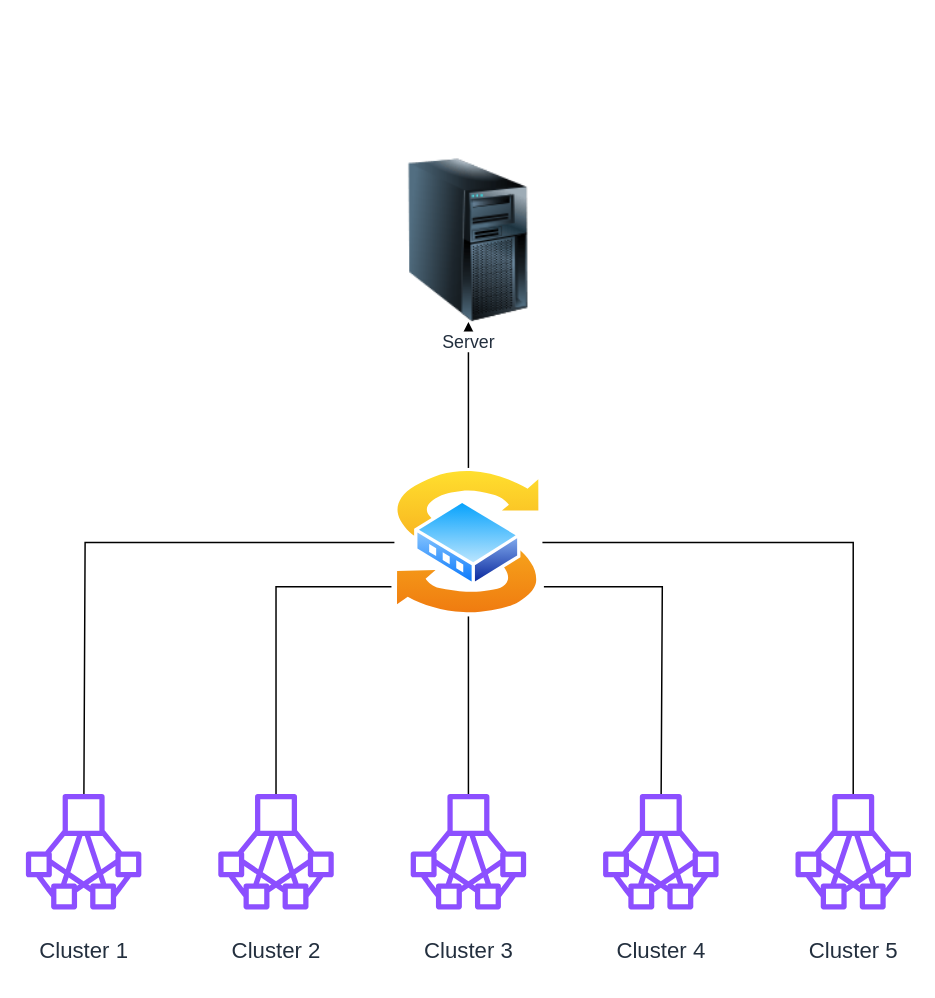
Before: Untitled Diagram.drawio in MrRenesto/drawio, a draw.io diagram. Source tidied: cells renumbered, new cells numbered last; positions are measured from the earlier drawing's top-left corner, leaving out a move shared by most shapes. Both pictures are drawn from the tidied source at 148%, with x=0, y=0 at pixel (25, 158). Pictures stored in the file or linked from it are replaced by grey dashed boxes.
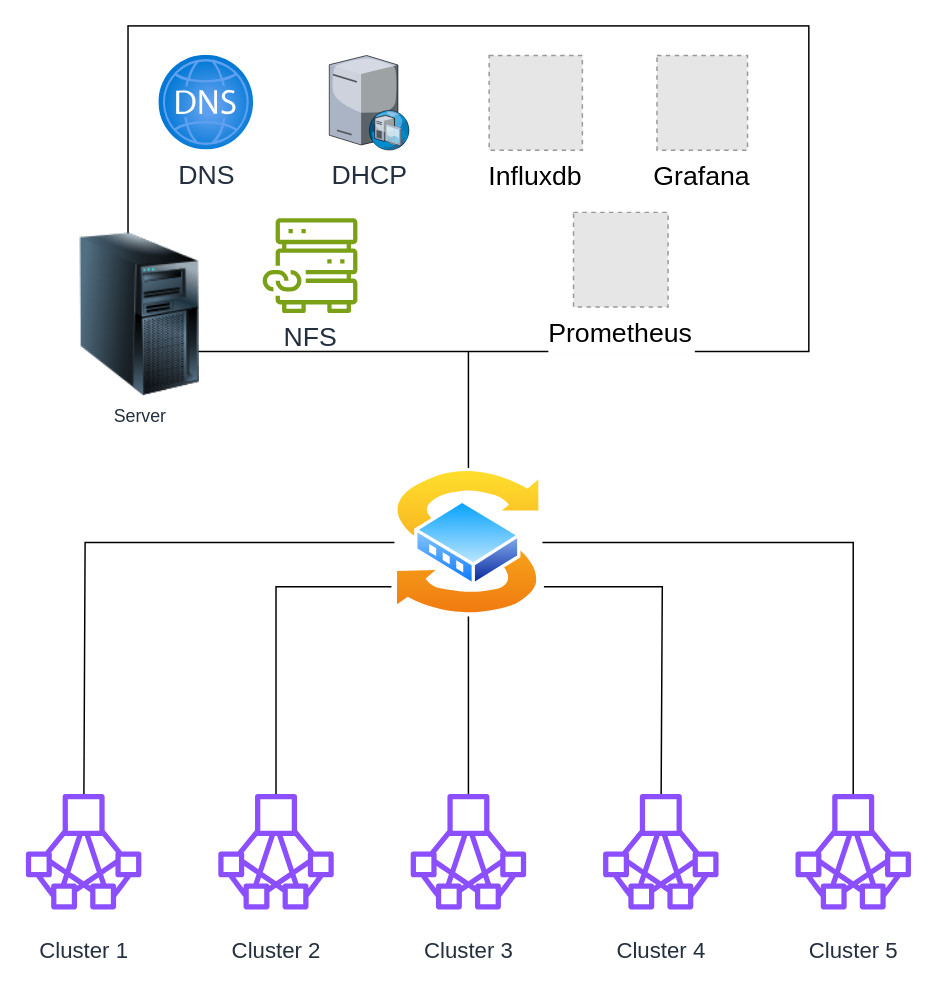
The same page after the edit.

The change refers to these unchanged cells:
```xml
<mxCell id="17" style="image;perimeter=ellipsePerimeter;html=1;align=center;shadow=0;dashed=0;spacingTop=3;image=img/lib/active_directory/switch.svg;sketch=0;verticalAlign=top;fontFamily=Helvetica;fontSize=12;fontColor=#232F3E;fontStyle=0;fillColor=#8C4FFF;gradientColor=none;" parent="1" vertex="1">
  <mxGeometry x="249" y="209" width="100" height="100" as="geometry" />
</mxCell>
```

What changed in the source:
```diff
@@
-    <mxCell id="16" style="edgeStyle=orthogonalEdgeStyle;rounded=0;jettySize=auto;html=1;fontFamily=Helvetica;fontSize=12;fontColor=#232F3E;fontStyle=0;" parent="1" edge="1" source="17" target="19">
-      <mxGeometry relative="1" as="geometry" />
-    </mxCell>
+    <mxCell id="20" style="edgeStyle=orthogonalEdgeStyle;rounded=0;jettySize=auto;html=1;entryX=0.5;entryY=1;entryDx=0;entryDy=0;fontFamily=Helvetica;fontSize=12;fontColor=#232F3E;fontStyle=0;endArrow=none;endFill=0;" parent="1" edge="1" source="17" target="21">
+      <mxGeometry relative="1" as="geometry" />
+    </mxCell>
@@
+    <mxCell id="21" style="rounded=0;whiteSpace=wrap;html=1;dashed=0;sketch=0;align=center;verticalAlign=top;fontFamily=Helvetica;fontSize=12;fontColor=#232F3E;fontStyle=0;fillColor=none;gradientColor=none;" parent="1" vertex="1">
+      <mxGeometry x="69" y="-90" width="460" height="220" as="geometry" />
+    </mxCell>
     <mxCell id="19" value="Server" style="image;html=1;image=img/lib/clip_art/computers/Server_Tower_128x128.png;dashed=0;sketch=0;align=center;verticalAlign=top;fontFamily=Helvetica;fontSize=12;fontColor=#232F3E;fontStyle=0;fillColor=#8C4FFF;gradientColor=none;" parent="1" vertex="1">
-      <mxGeometry x="246" width="106" height="110" as="geometry" />
+      <mxGeometry x="24" y="50" width="106" height="110" as="geometry" />
     </mxCell>
+    <mxCell id="22" value="DNS" style="image;html=1;align=center;fontSize=18;image=img/lib/azure2/networking/DNS_Zones.svg;dashed=0;sketch=0;verticalAlign=top;fontFamily=Helvetica;fontColor=#232F3E;fontStyle=0;fillColor=#8C4FFF;gradientColor=none;" parent="1" vertex="1">
+      <mxGeometry x="90" y="-70" width="64" height="64" as="geometry" />
+    </mxCell>
+    <mxCell id="23" value="&lt;font style=&quot;font-size: 18px;&quot;&gt;DHCP&lt;/font&gt;" style="verticalLabelPosition=bottom;sketch=0;html=1;verticalAlign=top;strokeColor=none;align=center;shape=mxgraph.citrix.dhcp_server;dashed=0;fontFamily=Helvetica;fontSize=18;fontColor=#232F3E;fontStyle=0;fillColor=#8C4FFF;gradientColor=none;" parent="1" vertex="1">
+      <mxGeometry x="205" y="-70" width="54" height="64" as="geometry" />
+    </mxCell>
+    <mxCell id="24" value="Prometheus&#10;" style="fillColor=#E6E6E6;strokeColor=#999999;dashed=1;verticalLabelPosition=bottom;labelBackgroundColor=default;verticalAlign=top;fontSize=18;" parent="1" vertex="1">
+      <mxGeometry x="370" y="36" width="63.9" height="64" as="geometry" />
+    </mxCell>
+    <mxCell id="25" value="Influxdb" style="fillColor=#E6E6E6;strokeColor=#999999;dashed=1;verticalLabelPosition=bottom;labelBackgroundColor=default;verticalAlign=top;fontSize=18;" parent="1" vertex="1">
+      <mxGeometry x="313" y="-70" width="63" height="64" as="geometry" />
+    </mxCell>
+    <mxCell id="26" value="Grafana" style="fillColor=#E6E6E6;strokeColor=#999999;dashed=1;verticalLabelPosition=bottom;labelBackgroundColor=default;verticalAlign=top;fontSize=18;" parent="1" vertex="1">
+      <mxGeometry x="426.4" y="-70" width="61.2" height="64" as="geometry" />
+    </mxCell>
+    <mxCell id="27" value="NFS" style="sketch=0;fontColor=#232F3E;gradientColor=none;fillColor=#7AA116;strokeColor=none;dashed=0;verticalLabelPosition=bottom;verticalAlign=top;align=center;html=1;fontSize=18;fontStyle=0;shape=mxgraph.aws4.file_cache_on_premises_nfs_linked_datasets;fontFamily=Helvetica;" parent="1" vertex="1">
+      <mxGeometry x="160" y="40" width="64" height="64" as="geometry" />
+    </mxCell>
```
